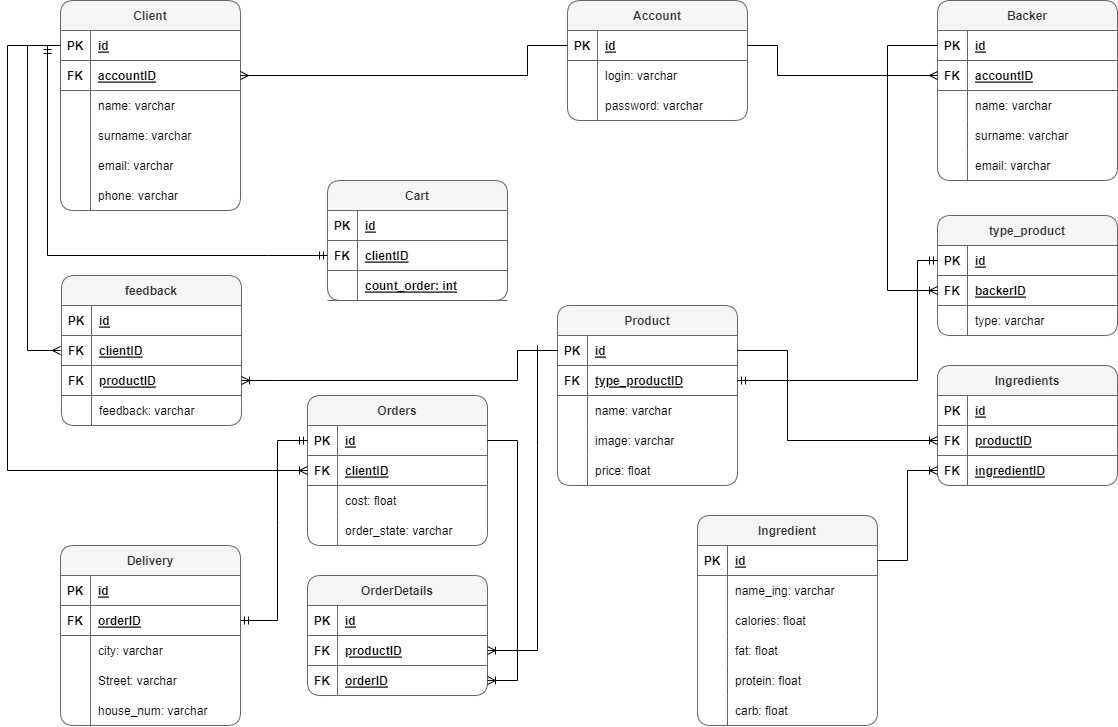
Earlier version of the draw.io export scheme.drawio.png (Lavelina/DB-LABS-2022). Source tidied: cells renumbered, new cells last; positions are measured from the earlier drawing's top-left corner, leaving out a move shared by most shapes.
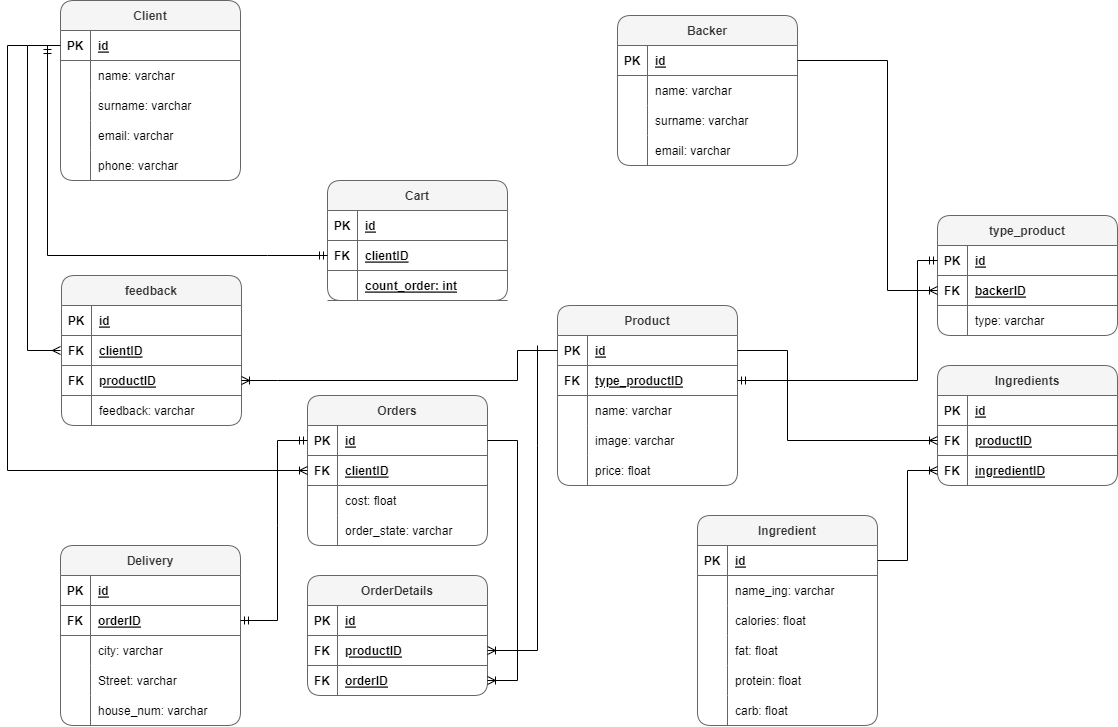
After the commit.

Diff of the diagram source:
```diff
@@ -3,7 +3,7 @@
     <mxCell id="0" />
     <mxCell id="1" parent="0" />
     <mxCell id="2" value="Backer" style="shape=table;startSize=30;rowLines=0;fontStyle=1;align=center;rounded=1;fillColor=#f5f5f5;strokeColor=#666666;fontColor=#333333;" parent="1" vertex="1">
-      <mxGeometry x="930" width="180" height="180" as="geometry" />
+      <mxGeometry x="610" y="15" width="180" height="150" as="geometry" />
     </mxCell>
     <mxCell id="3" style="shape=tableRow;horizontal=0;startSize=0;swimlaneHead=0;swimlaneBody=0;fillColor=none;points=[[0,0.5],[1,0.5]];portConstraint=eastwest;top=0;left=0;right=0;bottom=1;strokeColor=#666666;" parent="2" vertex="1">
       <mxGeometry y="30" width="180" height="30" as="geometry" />
@@ -14,17 +14,8 @@
     <mxCell id="5" value="id" style="shape=partialRectangle;fillColor=none;top=0;left=0;bottom=0;right=0;align=left;spacingLeft=6;fontStyle=5;overflow=hidden;" parent="3" vertex="1">
       <mxGeometry x="30" width="150" height="30" as="geometry" />
     </mxCell>
-    <mxCell id="6" style="shape=tableRow;horizontal=0;startSize=0;swimlaneHead=0;swimlaneBody=0;fillColor=none;points=[[0,0.5],[1,0.5]];portConstraint=eastwest;top=0;left=0;right=0;bottom=1;strokeColor=#666666;" parent="2" vertex="1">
-      <mxGeometry y="60" width="180" height="30" as="geometry" />
-    </mxCell>
-    <mxCell id="7" value="FK" style="shape=partialRectangle;fillColor=none;top=0;left=0;bottom=0;right=0;fontStyle=1;overflow=hidden;" parent="6" vertex="1">
-      <mxGeometry width="30" height="30" as="geometry" />
-    </mxCell>
-    <mxCell id="8" value="accountID" style="shape=partialRectangle;fillColor=none;top=0;left=0;bottom=0;right=0;align=left;spacingLeft=6;fontStyle=5;overflow=hidden;strokeColor=#666666;" parent="6" vertex="1">
-      <mxGeometry x="30" width="150" height="30" as="geometry" />
-    </mxCell>
     <mxCell id="9" style="shape=tableRow;horizontal=0;startSize=0;swimlaneHead=0;swimlaneBody=0;fillColor=none;top=0;left=0;right=0;bottom=0;" parent="2" vertex="1">
-      <mxGeometry y="90" width="180" height="30" as="geometry" />
+      <mxGeometry y="60" width="180" height="30" as="geometry" />
     </mxCell>
     <mxCell id="10" style="shape=partialRectangle;fillColor=none;top=0;left=0;bottom=0;right=0;overflow=hidden;" parent="9" vertex="1">
       <mxGeometry width="30" height="30" as="geometry" />
@@ -33,7 +24,7 @@
       <mxGeometry x="30" width="150" height="30" as="geometry" />
     </mxCell>
     <mxCell id="12" style="shape=tableRow;horizontal=0;startSize=0;swimlaneHead=0;swimlaneBody=0;fillColor=none;top=0;left=0;right=0;bottom=0;" parent="2" vertex="1">
-      <mxGeometry y="120" width="180" height="30" as="geometry" />
+      <mxGeometry y="90" width="180" height="30" as="geometry" />
     </mxCell>
     <mxCell id="13" style="shape=partialRectangle;fillColor=none;top=0;left=0;bottom=0;right=0;overflow=hidden;" parent="12" vertex="1">
       <mxGeometry width="30" height="30" as="geometry" />
@@ -42,7 +33,7 @@
       <mxGeometry x="30" width="150" height="30" as="geometry" />
     </mxCell>
     <mxCell id="15" style="shape=tableRow;horizontal=0;startSize=0;swimlaneHead=0;swimlaneBody=0;fillColor=none;top=0;left=0;right=0;bottom=0;" parent="2" vertex="1">
-      <mxGeometry y="150" width="180" height="30" as="geometry" />
+      <mxGeometry y="120" width="180" height="30" as="geometry" />
     </mxCell>
     <mxCell id="16" style="shape=partialRectangle;fillColor=none;top=0;left=0;bottom=0;right=0;overflow=hidden;" parent="15" vertex="1">
       <mxGeometry width="30" height="30" as="geometry" />
@@ -107,38 +98,8 @@
     <mxCell id="36" value="carb: float" style="shape=partialRectangle;fillColor=none;top=0;left=0;bottom=0;right=0;align=left;spacingLeft=6;overflow=hidden;" parent="34" vertex="1">
       <mxGeometry x="30" width="150" height="30" as="geometry" />
     </mxCell>
-    <mxCell id="37" value="Account" style="shape=table;startSize=30;rowLines=0;fontStyle=1;align=center;rounded=1;fillColor=#f5f5f5;strokeColor=#666666;fontColor=#333333;" parent="1" vertex="1">
-      <mxGeometry x="560" width="180" height="120" as="geometry" />
-    </mxCell>
-    <mxCell id="38" style="shape=tableRow;horizontal=0;startSize=0;swimlaneHead=0;swimlaneBody=0;fillColor=none;points=[[0,0.5],[1,0.5]];portConstraint=eastwest;top=0;left=0;right=0;bottom=1;strokeColor=#666666;" parent="37" vertex="1">
-      <mxGeometry y="30" width="180" height="30" as="geometry" />
-    </mxCell>
-    <mxCell id="39" value="PK" style="shape=partialRectangle;fillColor=none;top=0;left=0;bottom=0;right=0;fontStyle=1;overflow=hidden;" parent="38" vertex="1">
-      <mxGeometry width="30" height="30" as="geometry" />
-    </mxCell>
-    <mxCell id="40" value="id" style="shape=partialRectangle;fillColor=none;top=0;left=0;bottom=0;right=0;align=left;spacingLeft=6;fontStyle=5;overflow=hidden;" parent="38" vertex="1">
-      <mxGeometry x="30" width="150" height="30" as="geometry" />
-    </mxCell>
-    <mxCell id="41" style="shape=tableRow;horizontal=0;startSize=0;swimlaneHead=0;swimlaneBody=0;fillColor=none;top=0;left=0;right=0;bottom=0;" parent="37" vertex="1">
-      <mxGeometry y="60" width="180" height="30" as="geometry" />
-    </mxCell>
-    <mxCell id="42" style="shape=partialRectangle;fillColor=none;top=0;left=0;bottom=0;right=0;overflow=hidden;" parent="41" vertex="1">
-      <mxGeometry width="30" height="30" as="geometry" />
-    </mxCell>
-    <mxCell id="43" value="login: varchar" style="shape=partialRectangle;fillColor=none;top=0;left=0;bottom=0;right=0;align=left;spacingLeft=6;overflow=hidden;" parent="41" vertex="1">
-      <mxGeometry x="30" width="150" height="30" as="geometry" />
-    </mxCell>
-    <mxCell id="44" style="shape=tableRow;horizontal=0;startSize=0;swimlaneHead=0;swimlaneBody=0;fillColor=none;top=0;left=0;right=0;bottom=0;" parent="37" vertex="1">
-      <mxGeometry y="90" width="180" height="30" as="geometry" />
-    </mxCell>
-    <mxCell id="45" style="shape=partialRectangle;fillColor=none;top=0;left=0;bottom=0;right=0;overflow=hidden;" parent="44" vertex="1">
-      <mxGeometry width="30" height="30" as="geometry" />
-    </mxCell>
-    <mxCell id="46" value="password: varchar" style="shape=partialRectangle;fillColor=none;top=0;left=0;bottom=0;right=0;align=left;spacingLeft=6;overflow=hidden;" parent="44" vertex="1">
-      <mxGeometry x="30" width="150" height="30" as="geometry" />
-    </mxCell>
     <mxCell id="47" value="Client" style="shape=table;startSize=30;rowLines=0;fontStyle=1;align=center;rounded=1;fillColor=#f5f5f5;strokeColor=#666666;fontColor=#333333;" parent="1" vertex="1">
-      <mxGeometry x="53" width="180" height="210" as="geometry" />
+      <mxGeometry x="53" width="180" height="180" as="geometry" />
     </mxCell>
     <mxCell id="48" style="shape=tableRow;horizontal=0;startSize=0;swimlaneHead=0;swimlaneBody=0;fillColor=none;points=[[0,0.5],[1,0.5]];portConstraint=eastwest;top=0;left=0;right=0;bottom=1;strokeColor=#666666;" parent="47" vertex="1">
       <mxGeometry y="30" width="180" height="30" as="geometry" />
@@ -149,17 +110,8 @@
     <mxCell id="50" value="id" style="shape=partialRectangle;fillColor=none;top=0;left=0;bottom=0;right=0;align=left;spacingLeft=6;fontStyle=5;overflow=hidden;" parent="48" vertex="1">
       <mxGeometry x="30" width="150" height="30" as="geometry" />
     </mxCell>
-    <mxCell id="51" style="shape=tableRow;horizontal=0;startSize=0;swimlaneHead=0;swimlaneBody=0;fillColor=none;points=[[0,0.5],[1,0.5]];portConstraint=eastwest;top=0;left=0;right=0;bottom=1;strokeColor=#666666;" parent="47" vertex="1">
-      <mxGeometry y="60" width="180" height="30" as="geometry" />
-    </mxCell>
-    <mxCell id="52" value="FK" style="shape=partialRectangle;fillColor=none;top=0;left=0;bottom=0;right=0;fontStyle=1;overflow=hidden;" parent="51" vertex="1">
-      <mxGeometry width="30" height="30" as="geometry" />
-    </mxCell>
-    <mxCell id="53" value="accountID" style="shape=partialRectangle;fillColor=none;top=0;left=0;bottom=0;right=0;align=left;spacingLeft=6;fontStyle=5;overflow=hidden;" parent="51" vertex="1">
-      <mxGeometry x="30" width="150" height="30" as="geometry" />
-    </mxCell>
     <mxCell id="54" style="shape=tableRow;horizontal=0;startSize=0;swimlaneHead=0;swimlaneBody=0;fillColor=none;top=0;left=0;right=0;bottom=0;" parent="47" vertex="1">
-      <mxGeometry y="90" width="180" height="30" as="geometry" />
+      <mxGeometry y="60" width="180" height="30" as="geometry" />
     </mxCell>
     <mxCell id="55" style="shape=partialRectangle;fillColor=none;top=0;left=0;bottom=0;right=0;overflow=hidden;" parent="54" vertex="1">
       <mxGeometry width="30" height="30" as="geometry" />
@@ -168,7 +120,7 @@
       <mxGeometry x="30" width="150" height="30" as="geometry" />
     </mxCell>
     <mxCell id="57" style="shape=tableRow;horizontal=0;startSize=0;swimlaneHead=0;swimlaneBody=0;fillColor=none;top=0;left=0;right=0;bottom=0;" parent="47" vertex="1">
-      <mxGeometry y="120" width="180" height="30" as="geometry" />
+      <mxGeometry y="90" width="180" height="30" as="geometry" />
     </mxCell>
     <mxCell id="58" style="shape=partialRectangle;fillColor=none;top=0;left=0;bottom=0;right=0;overflow=hidden;" parent="57" vertex="1">
       <mxGeometry width="30" height="30" as="geometry" />
@@ -177,7 +129,7 @@
       <mxGeometry x="30" width="150" height="30" as="geometry" />
     </mxCell>
     <mxCell id="60" style="shape=tableRow;horizontal=0;startSize=0;swimlaneHead=0;swimlaneBody=0;fillColor=none;top=0;left=0;right=0;bottom=0;" parent="47" vertex="1">
-      <mxGeometry y="150" width="180" height="30" as="geometry" />
+      <mxGeometry y="120" width="180" height="30" as="geometry" />
     </mxCell>
     <mxCell id="61" style="shape=partialRectangle;fillColor=none;top=0;left=0;bottom=0;right=0;overflow=hidden;" parent="60" vertex="1">
       <mxGeometry width="30" height="30" as="geometry" />
@@ -186,7 +138,7 @@
       <mxGeometry x="30" width="150" height="30" as="geometry" />
     </mxCell>
     <mxCell id="63" style="shape=tableRow;horizontal=0;startSize=0;swimlaneHead=0;swimlaneBody=0;fillColor=none;top=0;left=0;right=0;bottom=0;" parent="47" vertex="1">
-      <mxGeometry y="180" width="180" height="30" as="geometry" />
+      <mxGeometry y="150" width="180" height="30" as="geometry" />
     </mxCell>
     <mxCell id="64" style="shape=partialRectangle;fillColor=none;top=0;left=0;bottom=0;right=0;overflow=hidden;" parent="63" vertex="1">
       <mxGeometry width="30" height="30" as="geometry" />
@@ -431,14 +383,6 @@
     <mxCell id="144" value="count_order: int" style="shape=partialRectangle;fillColor=none;top=0;left=0;bottom=0;right=0;align=left;spacingLeft=6;fontStyle=5;overflow=hidden;" parent="142" vertex="1">
       <mxGeometry x="30" width="150" height="30" as="geometry" />
     </mxCell>
-    <mxCell id="145" style="fontSize=12;html=1;endArrow=ERmany;rounded=0;exitX=0;exitY=0.5;exitDx=0;exitDy=0;entryX=1;entryY=0.5;entryDx=0;entryDy=0;" parent="1" edge="1" source="38" target="51">
-      <mxGeometry relative="1" as="geometry">
-        <Array as="points">
-          <mxPoint x="520" y="45" />
-          <mxPoint x="520" y="75" />
-        </Array>
-      </mxGeometry>
-    </mxCell>
     <mxCell id="146" style="fontSize=12;html=1;endArrow=ERmany;rounded=0;exitX=0;exitY=0.5;exitDx=0;exitDy=0;entryX=0;entryY=0.5;entryDx=0;entryDy=0;" parent="1" edge="1" source="48">
       <mxGeometry relative="1" as="geometry">
         <mxPoint x="53" y="350" as="targetPoint" />
@@ -474,18 +418,10 @@
         </Array>
       </mxGeometry>
     </mxCell>
-    <mxCell id="150" style="fontSize=12;html=1;endArrow=ERmany;rounded=0;exitX=1;exitY=0.5;exitDx=0;exitDy=0;entryX=0;entryY=0.5;entryDx=0;entryDy=0;" parent="1" edge="1" source="38" target="6">
-      <mxGeometry relative="1" as="geometry">
-        <Array as="points">
-          <mxPoint x="770" y="45" />
-          <mxPoint x="770" y="75" />
-        </Array>
-      </mxGeometry>
-    </mxCell>
-    <mxCell id="151" style="fontSize=12;html=1;endArrow=ERoneToMany;rounded=0;exitX=0;exitY=0.5;exitDx=0;exitDy=0;entryX=0;entryY=0.5;entryDx=0;entryDy=0;" parent="1" edge="1" source="3" target="70">
+    <mxCell id="151" style="fontSize=12;html=1;endArrow=ERoneToMany;rounded=0;entryX=0;entryY=0.5;entryDx=0;entryDy=0;exitX=1;exitY=0.5;exitDx=0;exitDy=0;" parent="1" edge="1" source="3" target="70">
       <mxGeometry relative="1" as="geometry">
         <Array as="points">
-          <mxPoint x="880" y="45" />
+          <mxPoint x="880" y="60" />
           <mxPoint x="880" y="290" />
         </Array>
       </mxGeometry>
```
